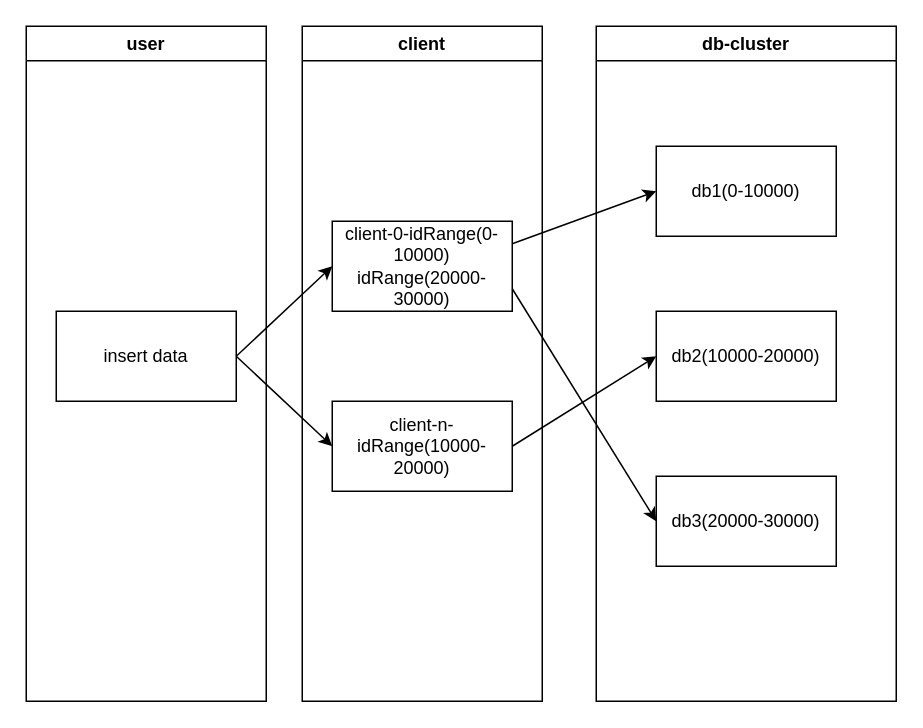
The draw.io diagram splitDb4range.drawio in GallantKong/diagram, before the edit. Source tidied: cells renumbered, new cells numbered last; positions are measured from the earlier drawing's top-left corner, leaving out a move shared by most shapes. Both pictures are drawn from the tidied source at 150%, with x=0, y=0 at pixel (26, 26).
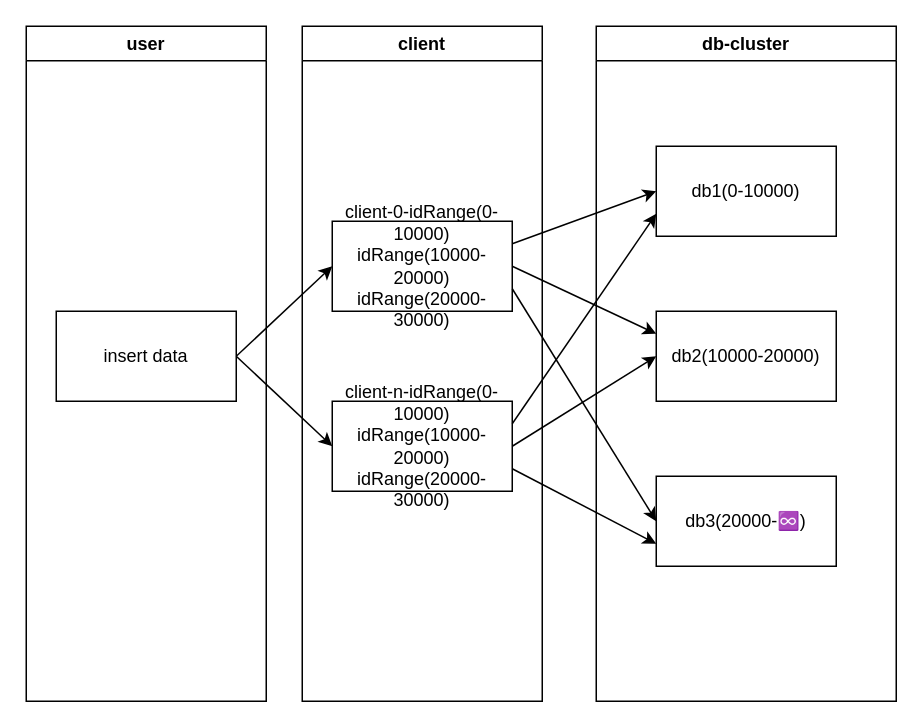
After the change.

What changed in the source:
```diff
@@
 <mxGraphModel>
   <root>
     <mxCell id="0" />
     <mxCell id="1" parent="0" />
     <mxCell id="2" style="rounded=0;jettySize=auto;html=1;exitX=1;exitY=0.5;exitDx=0;exitDy=0;entryX=0;entryY=0.5;entryDx=0;entryDy=0;" parent="1" edge="1" source="5" target="7">
       <mxGeometry relative="1" as="geometry" />
     </mxCell>
     <mxCell id="3" style="edgeStyle=none;rounded=0;jettySize=auto;html=1;exitX=1;exitY=0.25;exitDx=0;exitDy=0;entryX=0;entryY=0.5;entryDx=0;entryDy=0;" parent="1" edge="1" source="7" target="12">
       <mxGeometry relative="1" as="geometry" />
     </mxCell>
     <mxCell id="4" value="user" style="swimlane;" parent="1" vertex="1">
       <mxGeometry width="160" height="450" as="geometry" />
     </mxCell>
     <mxCell id="5" value="insert data" style="rounded=0;whiteSpace=wrap;html=1;" parent="4" vertex="1">
       <mxGeometry x="20" y="190" width="120" height="60" as="geometry" />
     </mxCell>
     <mxCell id="6" value="client" style="swimlane;" parent="1" vertex="1">
       <mxGeometry x="184" width="160" height="450" as="geometry" />
     </mxCell>
-    <mxCell id="7" value="client-0-idRange(0-10000)&lt;br&gt;idRange(20000-30000)" style="rounded=0;whiteSpace=wrap;html=1;" parent="6" vertex="1">
+    <mxCell id="7" value="client-0-idRange(0-10000)&lt;br&gt;idRange(10000-20000)&lt;br&gt;idRange(20000-30000)" style="rounded=0;whiteSpace=wrap;html=1;" parent="6" vertex="1">
       <mxGeometry x="20" y="130" width="120" height="60" as="geometry" />
     </mxCell>
-    <mxCell id="8" value="client-n-idRange(10000-20000)" style="rounded=0;whiteSpace=wrap;html=1;" parent="6" vertex="1">
+    <mxCell id="8" value="client-n-idRange(0-10000)&lt;br&gt;idRange(10000-20000)&lt;br&gt;idRange(20000-30000)" style="rounded=0;whiteSpace=wrap;html=1;" parent="6" vertex="1">
       <mxGeometry x="20" y="250" width="120" height="60" as="geometry" />
     </mxCell>
     <mxCell id="9" style="edgeStyle=none;rounded=0;jettySize=auto;html=1;exitX=1;exitY=0.5;exitDx=0;exitDy=0;entryX=0;entryY=0.5;entryDx=0;entryDy=0;" parent="1" edge="1" source="5" target="8">
       <mxGeometry relative="1" as="geometry" />
     </mxCell>
     <mxCell id="10" style="edgeStyle=none;rounded=0;jettySize=auto;html=1;exitX=1;exitY=0.5;exitDx=0;exitDy=0;entryX=0;entryY=0.5;entryDx=0;entryDy=0;" parent="1" edge="1" source="8" target="13">
       <mxGeometry relative="1" as="geometry" />
     </mxCell>
     <mxCell id="11" value="db-cluster" style="swimlane;" parent="1" vertex="1">
       <mxGeometry x="380" width="200" height="450" as="geometry" />
     </mxCell>
     <mxCell id="12" value="db1(0-10000)" style="rounded=0;whiteSpace=wrap;html=1;" parent="11" vertex="1">
       <mxGeometry x="40" y="80" width="120" height="60" as="geometry" />
     </mxCell>
     <mxCell id="13" value="db2(10000-20000)" style="rounded=0;whiteSpace=wrap;html=1;" parent="11" vertex="1">
       <mxGeometry x="40" y="190" width="120" height="60" as="geometry" />
     </mxCell>
-    <mxCell id="14" value="db3(20000-30000)" style="rounded=0;whiteSpace=wrap;html=1;" parent="11" vertex="1">
+    <mxCell id="14" value="db3(20000-♾️)" style="rounded=0;whiteSpace=wrap;html=1;" parent="11" vertex="1">
       <mxGeometry x="40" y="300" width="120" height="60" as="geometry" />
     </mxCell>
     <mxCell id="15" style="rounded=0;jettySize=auto;html=1;exitX=1;exitY=0.75;exitDx=0;exitDy=0;entryX=0;entryY=0.5;entryDx=0;entryDy=0;" parent="1" edge="1" source="7" target="14">
       <mxGeometry relative="1" as="geometry" />
     </mxCell>
+    <mxCell id="16" style="edgeStyle=none;rounded=0;jettySize=auto;html=1;exitX=1;exitY=0.5;exitDx=0;exitDy=0;entryX=0;entryY=0.25;entryDx=0;entryDy=0;" parent="1" edge="1" source="7" target="13">
+      <mxGeometry relative="1" as="geometry" />
+    </mxCell>
+    <mxCell id="17" style="edgeStyle=none;rounded=0;jettySize=auto;html=1;exitX=1;exitY=0.25;exitDx=0;exitDy=0;entryX=0;entryY=0.75;entryDx=0;entryDy=0;" parent="1" edge="1" source="8" target="12">
+      <mxGeometry relative="1" as="geometry" />
+    </mxCell>
+    <mxCell id="18" style="edgeStyle=none;rounded=0;jettySize=auto;html=1;exitX=1;exitY=0.75;exitDx=0;exitDy=0;entryX=0;entryY=0.75;entryDx=0;entryDy=0;" parent="1" edge="1" source="8" target="14">
+      <mxGeometry relative="1" as="geometry" />
+    </mxCell>
   </root>
 </mxGraphModel>
```
